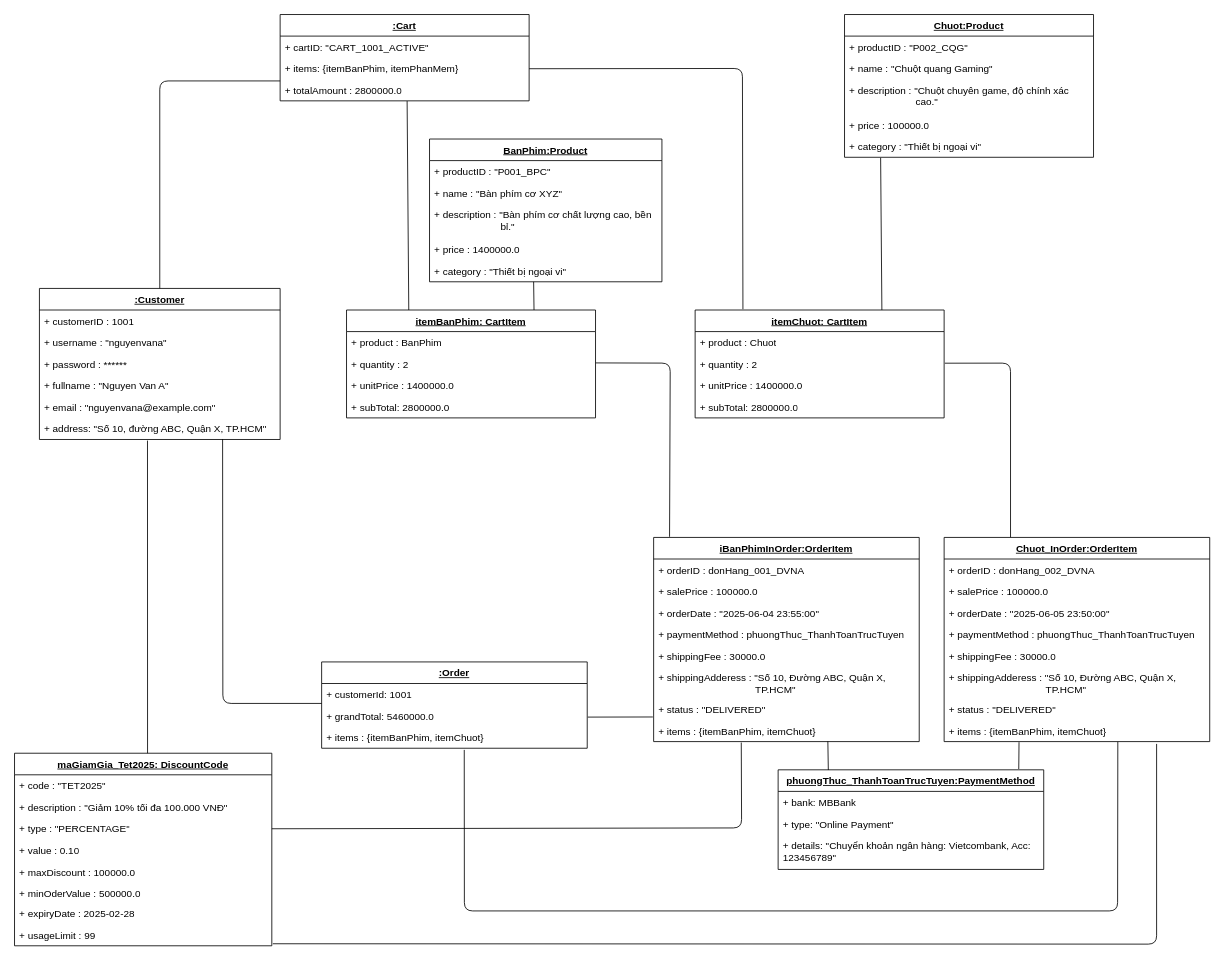
NguyenThaiDung2003/IT3120Nhom11 keeps this draw.io diagram as Object Diagram/Cart_Checkout.drawio. Above is the earlier version. Source tidied: cells renumbered, new cells numbered last; positions are measured from the earlier drawing's top-left corner, leaving out a move shared by most shapes. Both pictures are drawn from the tidied source at 83%, with x=0, y=0 at pixel (14, 14).
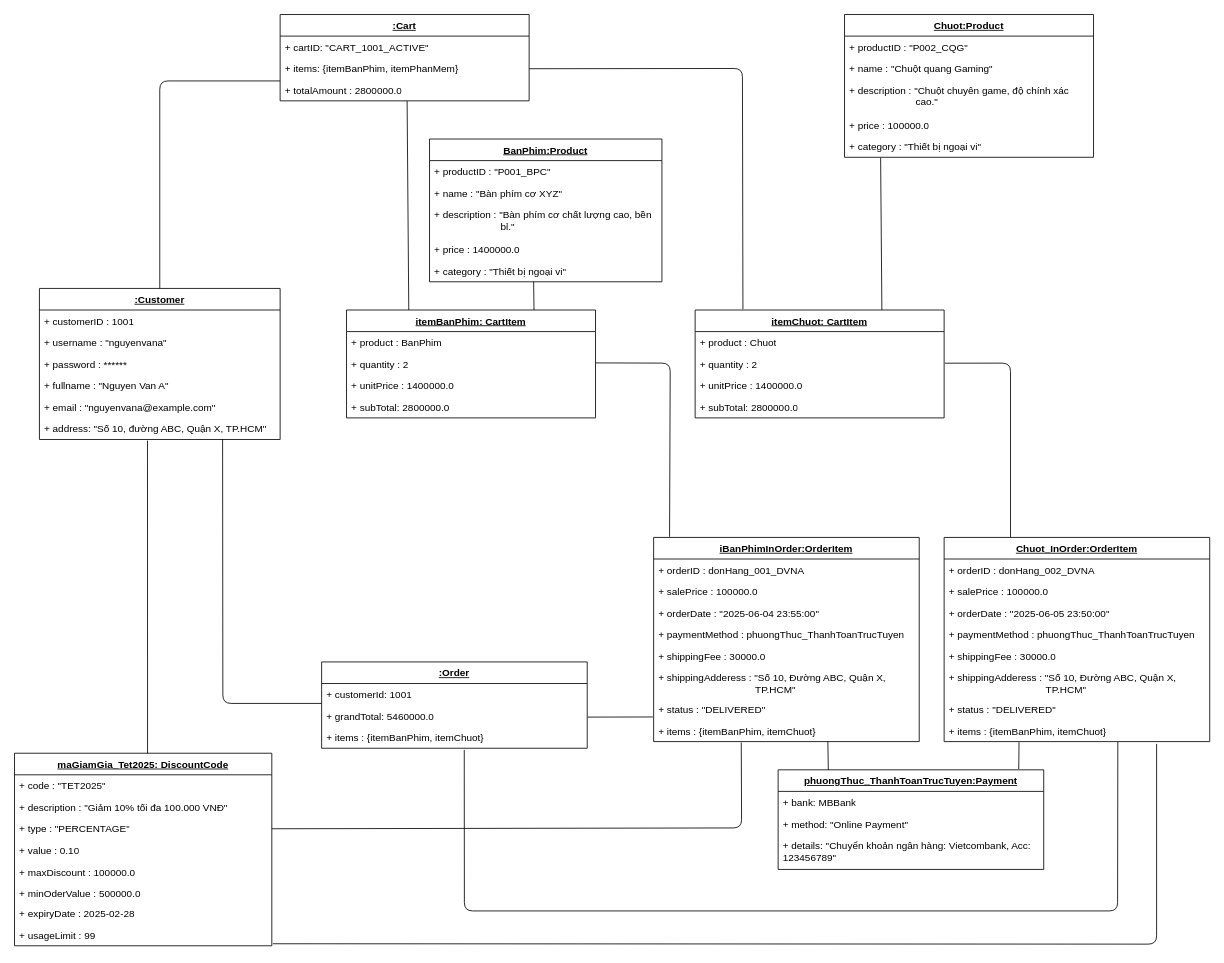
Above is the later version.

Commit message (it also covers changes not shown here):
Sửa thành công phần object và class diagram (Cart_Checkout)

Diff of the diagram source:
```diff
@@
-    <mxCell id="30" value="&lt;u style=&quot;&quot;&gt;phuongThuc_ThanhToanTrucTuyen:PaymentMethod&lt;/u&gt;" style="swimlane;fontStyle=1;align=center;verticalAlign=top;horizontal=1;startSize=26;whiteSpace=wrap;html=1;" parent="1" vertex="1">
+    <mxCell id="30" value="&lt;u style=&quot;&quot;&gt;phuongThuc_ThanhToanTrucTuyen:Payment&lt;/u&gt;" style="swimlane;fontStyle=1;align=center;verticalAlign=top;horizontal=1;startSize=26;whiteSpace=wrap;html=1;" parent="1" vertex="1">
       <mxGeometry x="920" y="910" width="320" height="120" as="geometry" />
     </mxCell>
@@
-    <mxCell id="32" value="+ type:&amp;nbsp;&quot;Online Payment&quot;" style="text;strokeColor=none;fillColor=none;align=left;verticalAlign=top;spacingLeft=4;spacingRight=4;overflow=hidden;whiteSpace=wrap;html=1;" parent="30" vertex="1">
+    <mxCell id="32" value="+ method:&amp;nbsp;&quot;Online Payment&quot;" style="text;strokeColor=none;fillColor=none;align=left;verticalAlign=top;spacingLeft=4;spacingRight=4;overflow=hidden;whiteSpace=wrap;html=1;" parent="30" vertex="1">
       <mxGeometry y="52" width="320" height="26" as="geometry" />
     </mxCell>
```
